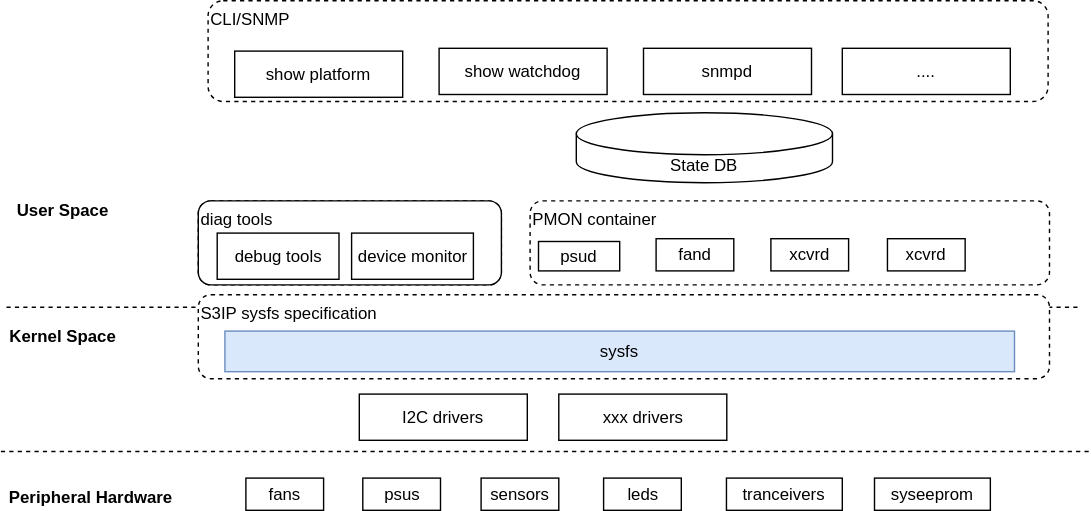
This is images/s3ip_sysfs/s3ip_sysfs_scenario.svg from sonic-net/SONiC, a draw.io export, as it was before one commit. Source tidied: cells renumbered, new cells last; positions are measured from the earlier drawing's top-left corner, leaving out a move shared by most shapes.
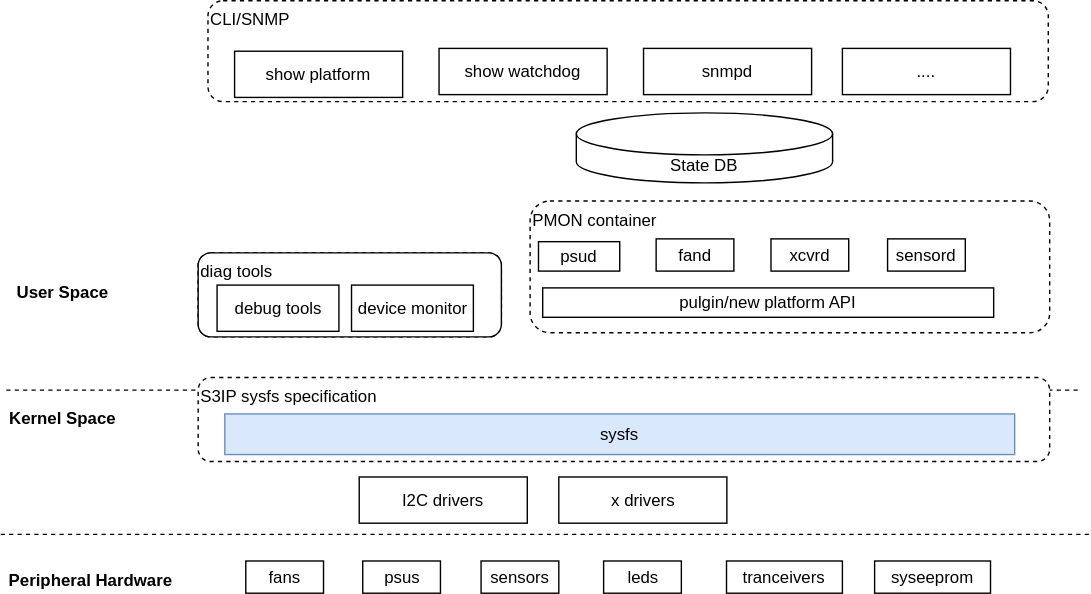
After the change.

Diff of the diagram source:
```diff
@@ -3,49 +3,49 @@
     <mxCell id="0" />
     <mxCell id="1" parent="0" />
     <mxCell id="2" value="diag tools" style="rounded=1;whiteSpace=wrap;html=1;align=left;verticalAlign=top;dashed=1;" parent="1" vertex="1">
-      <mxGeometry x="141" y="143" width="216.5" height="60" as="geometry" />
+      <mxGeometry x="141" y="121" width="216.5" height="60" as="geometry" />
     </mxCell>
     <mxCell id="3" value="CLI/SNMP" style="rounded=1;whiteSpace=wrap;html=1;align=left;verticalAlign=top;dashed=1;" parent="1" vertex="1">
-      <mxGeometry x="148" width="600" height="72" as="geometry" />
+      <mxGeometry x="148" y="-59" width="600" height="72" as="geometry" />
     </mxCell>
     <mxCell id="4" value="State&amp;nbsp;DB" style="shape=cylinder3;whiteSpace=wrap;html=1;boundedLbl=1;backgroundOutline=1;size=15;" parent="1" vertex="1">
-      <mxGeometry x="411" y="80" width="183" height="50" as="geometry" />
+      <mxGeometry x="411" y="21" width="183" height="50" as="geometry" />
     </mxCell>
     <mxCell id="5" value="show platform" style="rounded=0;whiteSpace=wrap;html=1;" parent="1" vertex="1">
-      <mxGeometry x="167" y="36" width="120" height="33" as="geometry" />
+      <mxGeometry x="167" y="-23" width="120" height="33" as="geometry" />
     </mxCell>
     <mxCell id="6" value="show watchdog" style="rounded=0;whiteSpace=wrap;html=1;" parent="1" vertex="1">
-      <mxGeometry x="313" y="34" width="120" height="33" as="geometry" />
+      <mxGeometry x="313" y="-25" width="120" height="33" as="geometry" />
     </mxCell>
     <mxCell id="7" value="snmpd" style="rounded=0;whiteSpace=wrap;html=1;" parent="1" vertex="1">
-      <mxGeometry x="459" y="34" width="120" height="33" as="geometry" />
+      <mxGeometry x="459" y="-25" width="120" height="33" as="geometry" />
     </mxCell>
     <mxCell id="8" value="...." style="rounded=0;whiteSpace=wrap;html=1;" parent="1" vertex="1">
-      <mxGeometry x="601" y="34" width="120" height="33" as="geometry" />
+      <mxGeometry x="601" y="-25" width="120" height="33" as="geometry" />
     </mxCell>
     <mxCell id="9" value="diag tools" style="rounded=1;whiteSpace=wrap;html=1;align=left;verticalAlign=top;" parent="1" vertex="1">
-      <mxGeometry x="141" y="143" width="216.5" height="60" as="geometry" />
+      <mxGeometry x="141" y="121" width="216.5" height="60" as="geometry" />
     </mxCell>
     <mxCell id="10" value="debug tools" style="rounded=0;whiteSpace=wrap;html=1;" parent="1" vertex="1">
-      <mxGeometry x="154.5" y="166" width="87" height="33" as="geometry" />
+      <mxGeometry x="154.5" y="144" width="87" height="33" as="geometry" />
     </mxCell>
     <mxCell id="11" value="device monitor" style="rounded=0;whiteSpace=wrap;html=1;" parent="1" vertex="1">
-      <mxGeometry x="250.5" y="166" width="87" height="33" as="geometry" />
+      <mxGeometry x="250.5" y="144" width="87" height="33" as="geometry" />
     </mxCell>
     <mxCell id="12" value="PMON container" style="rounded=1;whiteSpace=wrap;html=1;align=left;verticalAlign=top;dashed=1;" parent="1" vertex="1">
-      <mxGeometry x="378" y="143" width="371" height="60" as="geometry" />
+      <mxGeometry x="378" y="84" width="371" height="94" as="geometry" />
     </mxCell>
     <mxCell id="13" value="psud" style="rounded=0;whiteSpace=wrap;html=1;" parent="1" vertex="1">
-      <mxGeometry x="384" y="172" width="58" height="21" as="geometry" />
+      <mxGeometry x="384" y="113" width="58" height="21" as="geometry" />
     </mxCell>
     <mxCell id="14" value="fand" style="rounded=0;whiteSpace=wrap;html=1;" parent="1" vertex="1">
-      <mxGeometry x="468" y="170" width="55.5" height="23" as="geometry" />
+      <mxGeometry x="468" y="111" width="55.5" height="23" as="geometry" />
     </mxCell>
     <mxCell id="15" value="xcvrd" style="rounded=0;whiteSpace=wrap;html=1;" parent="1" vertex="1">
-      <mxGeometry x="550" y="170" width="55.5" height="23" as="geometry" />
+      <mxGeometry x="550" y="111" width="55.5" height="23" as="geometry" />
     </mxCell>
-    <mxCell id="16" value="xcvrd" style="rounded=0;whiteSpace=wrap;html=1;" parent="1" vertex="1">
-      <mxGeometry x="633.2" y="170" width="55.5" height="23" as="geometry" />
+    <mxCell id="16" value="sensord" style="rounded=0;whiteSpace=wrap;html=1;" parent="1" vertex="1">
+      <mxGeometry x="633.2" y="111" width="55.5" height="23" as="geometry" />
     </mxCell>
     <mxCell id="17" style="endArrow=none;dashed=1;html=1;rounded=0;" parent="1" edge="1">
       <mxGeometry relative="1" as="geometry">
@@ -95,8 +95,11 @@
     <mxCell id="30" value="I2C drivers" style="rounded=0;whiteSpace=wrap;html=1;" parent="1" vertex="1">
       <mxGeometry x="256" y="281" width="120" height="33" as="geometry" />
     </mxCell>
-    <mxCell id="31" value="xxx drivers" style="rounded=0;whiteSpace=wrap;html=1;" parent="1" vertex="1">
+    <mxCell id="31" value="x drivers" style="rounded=0;whiteSpace=wrap;html=1;" parent="1" vertex="1">
       <mxGeometry x="398.5" y="281" width="120" height="33" as="geometry" />
     </mxCell>
+    <mxCell id="32" value="pulgin/new platform API" style="rounded=0;whiteSpace=wrap;html=1;" parent="1" vertex="1">
+      <mxGeometry x="387" y="146" width="322" height="21" as="geometry" />
+    </mxCell>
   </root>
 </mxGraphModel>
```
